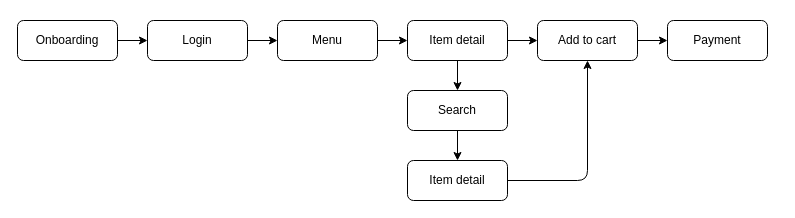
nhongprosl/goldenpath keeps this draw.io diagram as Untitled Diagram.drawio. Above is the earlier version. Source tidied: cells renumbered, new cells numbered last; positions are measured from the earlier drawing's top-left corner, leaving out a move shared by most shapes. Both pictures are drawn from the tidied source at 100%, with x=0, y=0 at pixel (17, 20).
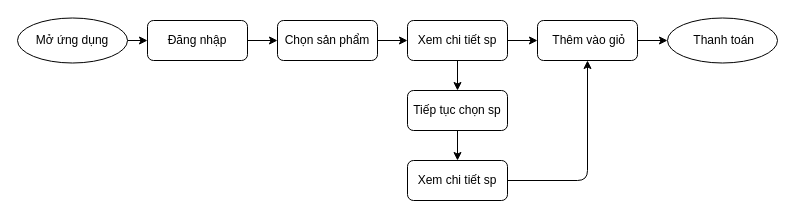
Above is the later version.

What changed in the source:
```diff
@@
-    <mxCell id="2" value="Onboarding" style="rounded=1;whiteSpace=wrap;html=1;" parent="1" vertex="1">
-      <mxGeometry width="100" height="40" as="geometry" />
-    </mxCell>
-    <mxCell id="3" value="Login" style="rounded=1;whiteSpace=wrap;html=1;" parent="1" vertex="1">
+    <mxCell id="3" value="Đăng nhập" style="rounded=1;whiteSpace=wrap;html=1;" parent="1" vertex="1">
       <mxGeometry x="130" width="100" height="40" as="geometry" />
     </mxCell>
-    <mxCell id="4" style="endArrow=classic;html=1;exitX=1;exitY=0.5;exitDx=0;exitDy=0;entryX=0;entryY=0.5;entryDx=0;entryDy=0;" parent="1" edge="1" source="2" target="3">
-      <mxGeometry relative="1" as="geometry" />
+    <mxCell id="4" style="endArrow=classic;html=1;exitX=1;exitY=0.5;exitDx=0;exitDy=0;entryX=0;entryY=0.5;entryDx=0;entryDy=0;" parent="1" edge="1" target="3">
+      <mxGeometry relative="1" as="geometry">
+        <mxPoint x="110" y="20" as="sourcePoint" />
+      </mxGeometry>
     </mxCell>
-    <mxCell id="5" value="Menu" style="rounded=1;whiteSpace=wrap;html=1;" parent="1" vertex="1">
+    <mxCell id="5" value="Chọn sản phẩm" style="rounded=1;whiteSpace=wrap;html=1;" parent="1" vertex="1">
       <mxGeometry x="260" width="100" height="40" as="geometry" />
     </mxCell>
@@
-    <mxCell id="7" value="Item detail" style="rounded=1;whiteSpace=wrap;html=1;" parent="1" vertex="1">
+    <mxCell id="7" value="Xem chi tiết sp" style="rounded=1;whiteSpace=wrap;html=1;" parent="1" vertex="1">
       <mxGeometry x="390" width="100" height="40" as="geometry" />
     </mxCell>
@@
-    <mxCell id="9" value="Add to cart" style="rounded=1;whiteSpace=wrap;html=1;" parent="1" vertex="1">
+    <mxCell id="9" value="&amp;nbsp;Thêm vào giỏ" style="rounded=1;whiteSpace=wrap;html=1;" parent="1" vertex="1">
       <mxGeometry x="520" width="100" height="40" as="geometry" />
     </mxCell>
@@
-    <mxCell id="11" value="Payment" style="rounded=1;whiteSpace=wrap;html=1;" parent="1" vertex="1">
-      <mxGeometry x="650" width="100" height="40" as="geometry" />
-    </mxCell>
-    <mxCell id="12" style="endArrow=classic;html=1;entryX=0;entryY=0.5;entryDx=0;entryDy=0;exitX=1;exitY=0.5;exitDx=0;exitDy=0;" parent="1" edge="1" source="9" target="11">
-      <mxGeometry relative="1" as="geometry" />
+    <mxCell id="12" style="endArrow=classic;html=1;entryX=0;entryY=0.5;entryDx=0;entryDy=0;exitX=1;exitY=0.5;exitDx=0;exitDy=0;" parent="1" edge="1" source="9">
+      <mxGeometry relative="1" as="geometry">
+        <mxPoint x="650" y="20" as="targetPoint" />
+      </mxGeometry>
     </mxCell>
-    <mxCell id="13" value="Search" style="rounded=1;whiteSpace=wrap;html=1;" parent="1" vertex="1">
+    <mxCell id="13" value="Tiếp tục chọn sp" style="rounded=1;whiteSpace=wrap;html=1;" parent="1" vertex="1">
       <mxGeometry x="390" y="70" width="100" height="40" as="geometry" />
     </mxCell>
@@
-    <mxCell id="15" value="Item detail" style="rounded=1;whiteSpace=wrap;html=1;" parent="1" vertex="1">
+    <mxCell id="15" value="Xem chi tiết sp" style="rounded=1;whiteSpace=wrap;html=1;" parent="1" vertex="1">
       <mxGeometry x="390" y="140" width="100" height="40" as="geometry" />
     </mxCell>
@@
+    <mxCell id="18" value="Mở ứng dụng" style="ellipse;whiteSpace=wrap;html=1;" parent="1" vertex="1">
+      <mxGeometry y="-2.5" width="110" height="45" as="geometry" />
+    </mxCell>
+    <mxCell id="19" value="&amp;nbsp;Thanh toán" style="ellipse;whiteSpace=wrap;html=1;" parent="1" vertex="1">
+      <mxGeometry x="650" y="-2.5" width="110" height="45" as="geometry" />
+    </mxCell>
```
